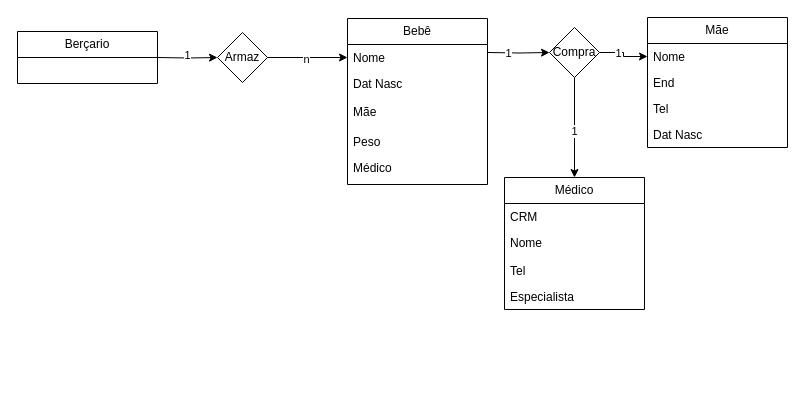
Before: Berçario.drawio in 3GG11/Banco_de_Dados, a draw.io diagram. Source tidied: cells renumbered, new cells numbered last; positions are measured from the earlier drawing's top-left corner, leaving out a move shared by most shapes. Both pictures are drawn from the tidied source at 100%, with x=0, y=0 at pixel (17, 17).
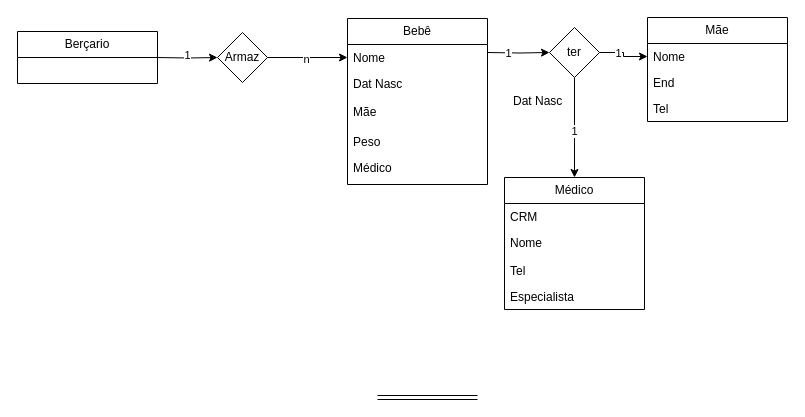
The same page after the edit.

Diff of the diagram source:
```diff
@@
-    <mxCell id="13" value="Compra" style="rhombus;whiteSpace=wrap;html=1;" parent="1" vertex="1">
+    <mxCell id="13" value="ter" style="rhombus;whiteSpace=wrap;html=1;" parent="1" vertex="1">
       <mxGeometry x="532" y="10" width="50" height="50" as="geometry" />
     </mxCell>
     <mxCell id="14" value="Mãe" style="swimlane;fontStyle=0;horizontal=1;startSize=26;fillColor=none;whiteSpace=wrap;html=1;" parent="1" vertex="1">
-      <mxGeometry x="630" width="140" height="130" as="geometry" />
+      <mxGeometry x="630" width="140" height="104" as="geometry" />
     </mxCell>
@@
-    <mxCell id="18" value="Dat Nasc" style="text;strokeColor=none;fillColor=none;align=left;verticalAlign=top;spacingLeft=4;spacingRight=4;overflow=hidden;whiteSpace=wrap;html=1;" parent="14" vertex="1">
-      <mxGeometry y="104" width="140" height="26" as="geometry" />
-    </mxCell>
@@
+    <mxCell id="18" value="Dat Nasc" style="text;strokeColor=none;fillColor=none;align=left;verticalAlign=top;spacingLeft=4;spacingRight=4;overflow=hidden;whiteSpace=wrap;html=1;" parent="1" vertex="1">
+      <mxGeometry x="490" y="70" width="140" height="26" as="geometry" />
+    </mxCell>
+    <mxCell id="31" style="shape=link;html=1;rounded=0;" parent="1" edge="1">
+      <mxGeometry relative="1" as="geometry">
+        <mxPoint x="360" y="380" as="sourcePoint" />
+        <mxPoint x="460" y="380" as="targetPoint" />
+      </mxGeometry>
+    </mxCell>
```
